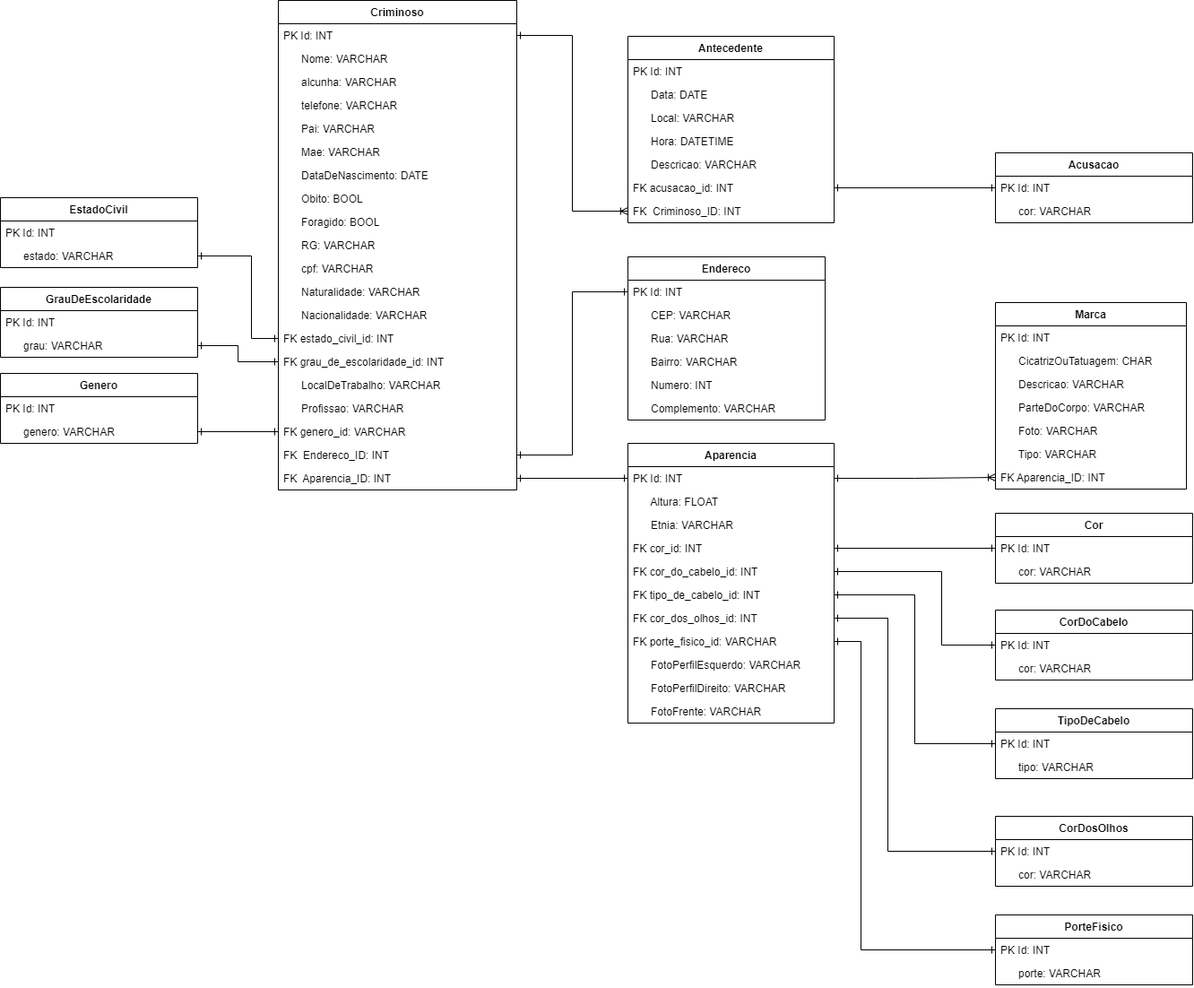
Earlier version of the draw.io export Fotos/UML/BancoDeDadosUML.png (PlazaJulio/pcproject). Source tidied: cells renumbered, new cells last; positions are measured from the earlier drawing's top-left corner, leaving out a move shared by most shapes.
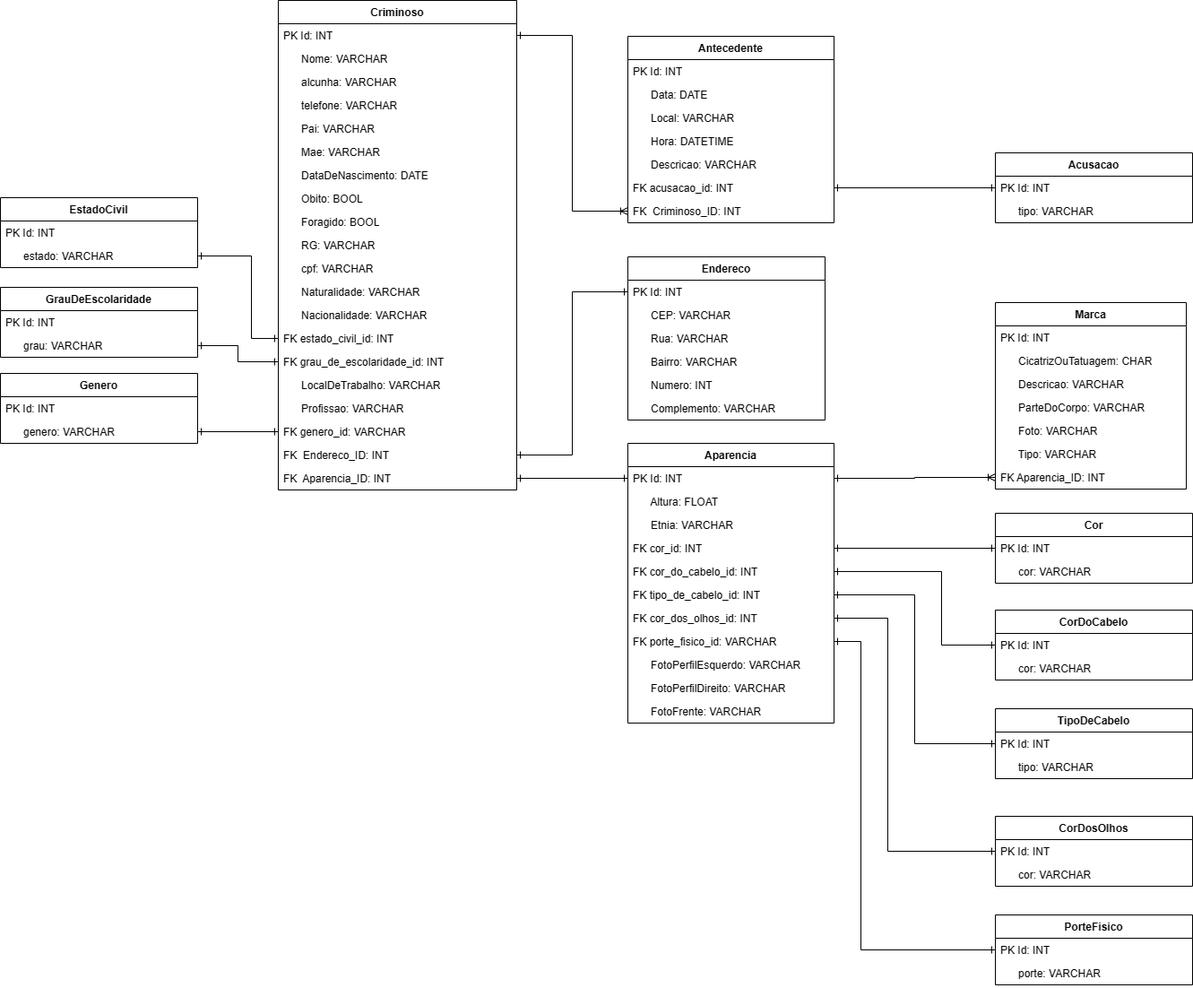
Above is the later version.

Commit message:
Alterado o UML do banco para que a tabela Acusacao tivesse o campo tipo

Change to the diagram source:
```diff
@@ -268,7 +268,7 @@
     <mxCell id="88" value="PK Id: INT" style="text;strokeColor=none;fillColor=none;align=left;verticalAlign=top;spacingLeft=4;spacingRight=4;overflow=hidden;points=[[0,0.5],[1,0.5]];portConstraint=eastwest;whiteSpace=wrap;html=1;" parent="87" vertex="1">
       <mxGeometry y="26" width="220" height="26" as="geometry" />
     </mxCell>
-    <mxCell id="89" value="&amp;nbsp; &amp;nbsp; &amp;nbsp; cor: VARCHAR" style="text;strokeColor=none;fillColor=none;align=left;verticalAlign=top;spacingLeft=4;spacingRight=4;overflow=hidden;whiteSpace=wrap;html=1;" parent="87" vertex="1">
+    <mxCell id="89" value="&amp;nbsp; &amp;nbsp; &amp;nbsp; tipo: VARCHAR" style="text;strokeColor=none;fillColor=none;align=left;verticalAlign=top;spacingLeft=4;spacingRight=4;overflow=hidden;whiteSpace=wrap;html=1;" parent="87" vertex="1">
       <mxGeometry y="52" width="220" height="26" as="geometry" />
     </mxCell>
     <mxCell id="90" style="edgeStyle=orthogonalEdgeStyle;rounded=0;jettySize=auto;html=1;exitX=1;exitY=0.5;exitDx=0;exitDy=0;entryX=0;entryY=0.5;entryDx=0;entryDy=0;startArrow=ERone;startFill=0;endArrow=ERone;endFill=0;" parent="1" edge="1" source="58" target="88">
```
